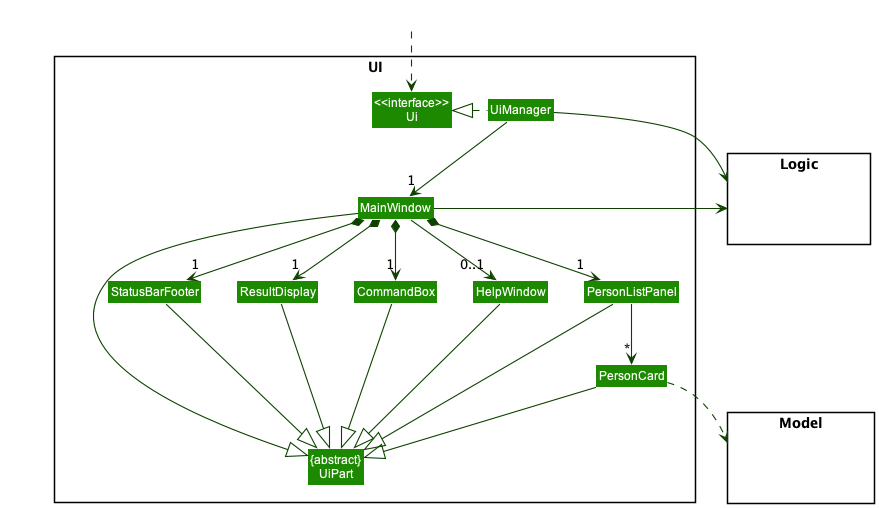
This is docs/images/UiClassDiagram.png from nus-cs2103-AY2223S1/tp, a PlantUML export, as it was before one commit.
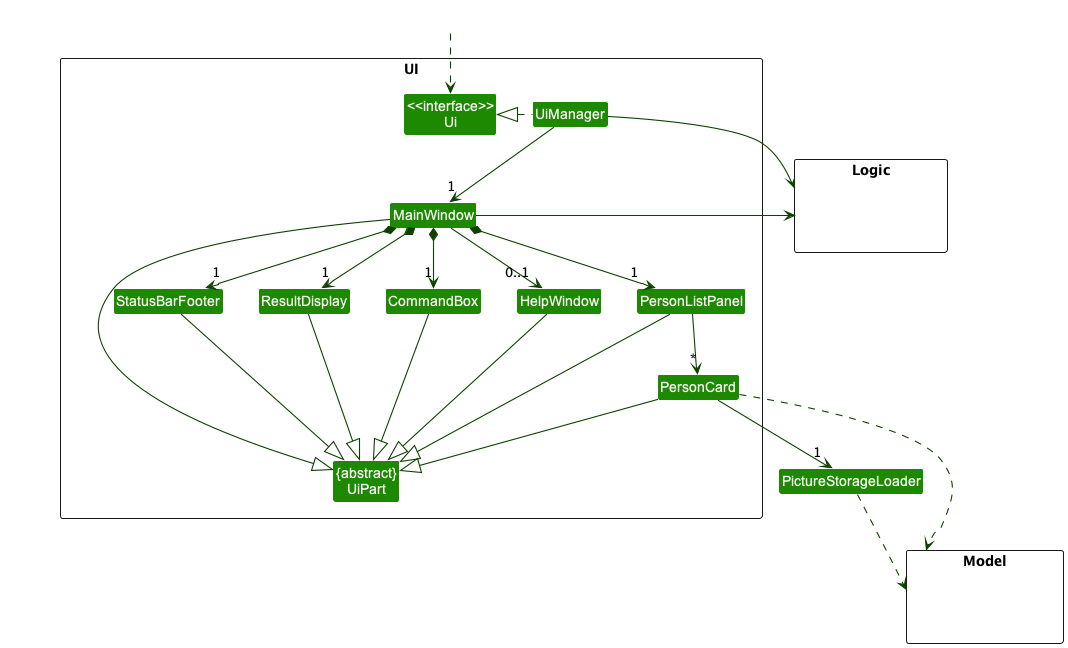
After the commit.

Diff of the diagram source:
```diff
@@ -48,6 +48,8 @@
 HelpWindow --|> UiPart
 
 PersonCard ..> Model
+PersonCard -down-> "1" PictureStorageLoader
+PictureStorageLoader ..> Model
 UiManager -right-> Logic
 MainWindow -left-> Logic
 
```
